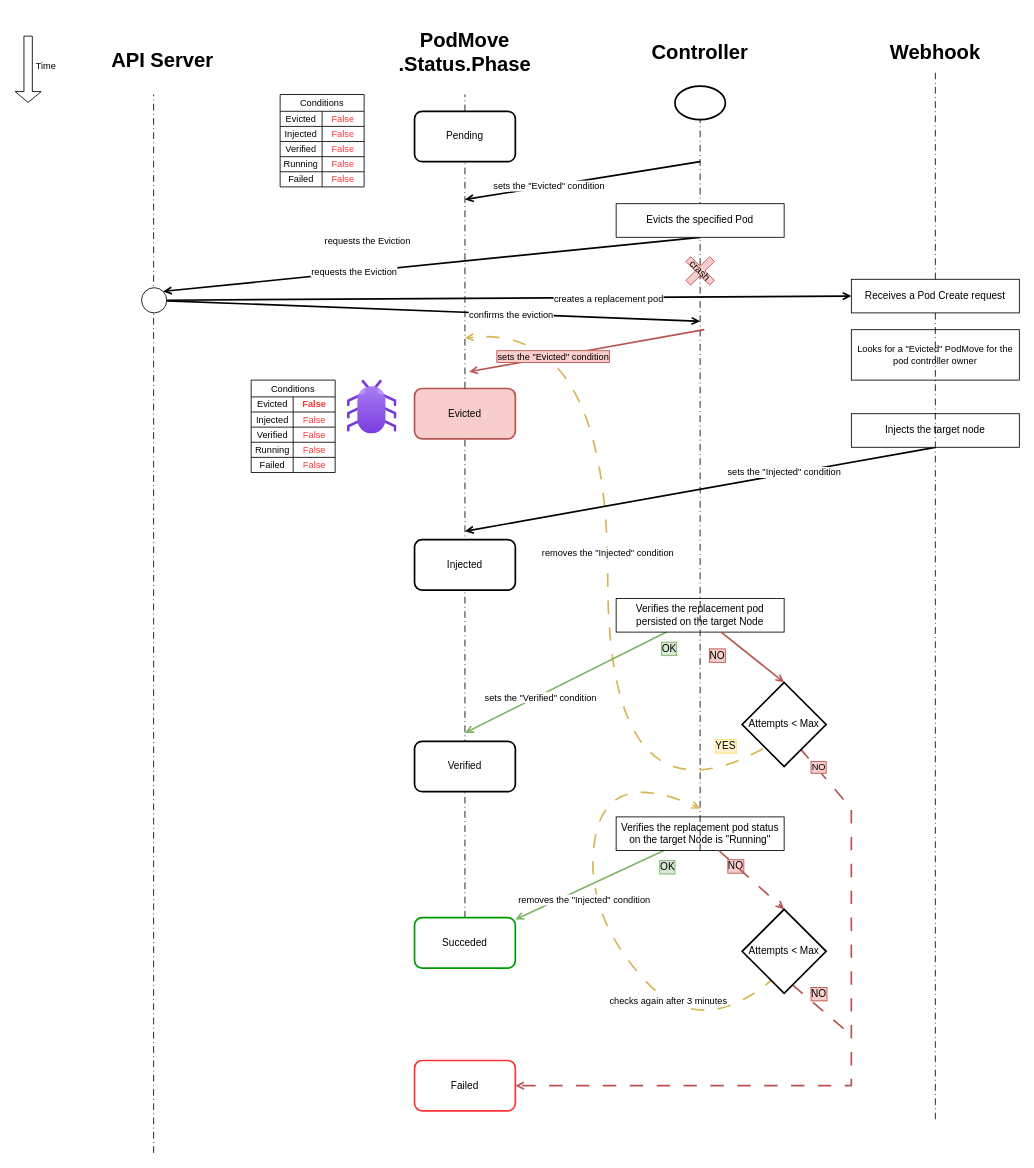
Before: notes/timeline-evicted-before.drawio in andreabuon/podtetris, a draw.io diagram. Source tidied: cells renumbered, new cells numbered last; positions are measured from the earlier drawing's top-left corner, leaving out a move shared by most shapes. Both pictures are drawn from the tidied source at 84%, with x=0, y=0 at pixel (28, 35).
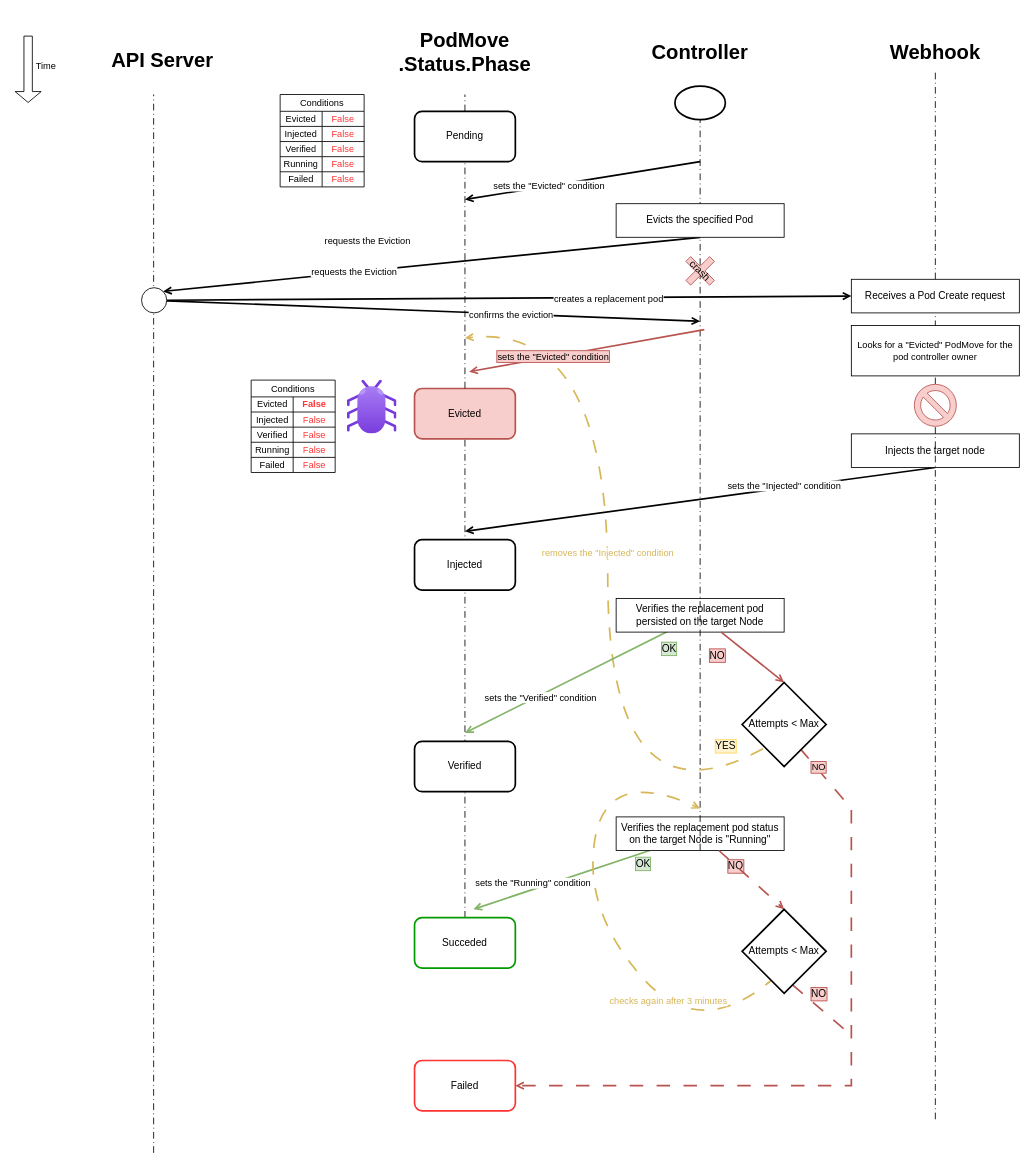
The same page after the edit.

Commit message:
docs(timeline): fix font color, running condition, put to front

The change refers to these unchanged cells:
```xml
<mxCell id="3" style="endArrow=open;html=1;rounded=0;strokeWidth=2;endFill=0;fillColor=#fff2cc;strokeColor=#d6b656;dashed=1;dashPattern=8 8;curved=1;exitX=0.247;exitY=0.79;exitDx=0;exitDy=0;exitPerimeter=0;" parent="1" edge="1" source="36">
  <mxGeometry relative="1" as="geometry">
    <mxPoint x="520" y="360" as="targetPoint" />
    <Array as="points">
      <mxPoint x="690" y="950" />
      <mxPoint x="690" y="340" />
    </Array>
  </mxGeometry>
</mxCell>
<mxCell id="25" value="Succede&lt;span style=&quot;background-color: transparent; color: light-dark(rgb(0, 0, 0), rgb(255, 255, 255));&quot;&gt;d&lt;/span&gt;" style="rounded=1;whiteSpace=wrap;html=1;strokeWidth=2;strokeColor=#009900;" parent="1" vertex="1">
  <mxGeometry x="460" y="1050" width="120" height="60" as="geometry" />
</mxCell>
<mxCell id="27" value="Verifies the replacement pod status on the target Node is &quot;Running&quot;" style="rounded=0;whiteSpace=wrap;html=1;" parent="1" vertex="1">
  <mxGeometry x="700" y="930" width="200" height="40" as="geometry" />
</mxCell>
<mxCell id="41" style="endArrow=open;html=1;rounded=0;strokeWidth=2;endFill=0;fillColor=#fff2cc;strokeColor=#d6b656;dashed=1;dashPattern=8 8;curved=1;exitX=0.4;exitY=0.8;exitDx=0;exitDy=0;exitPerimeter=0;" parent="1" edge="1" source="47">
  <mxGeometry relative="1" as="geometry">
    <mxPoint x="800" y="920" as="targetPoint" />
    <Array as="points">
      <mxPoint x="800" y="1200" />
      <mxPoint x="660" y="1040" />
      <mxPoint x="690" y="870" />
    </Array>
  </mxGeometry>
</mxCell>
```

The edit, as a diff of the source:
```diff
@@
-    <mxCell id="4" value="removes the &quot;Injected&quot; condition" style="edgeLabel;html=1;align=center;verticalAlign=middle;" parent="3" vertex="1">
+    <mxCell id="4" value="&lt;span style=&quot;color: rgb(214, 182, 86);&quot;&gt;removes the &quot;Injected&quot; condition&lt;/span&gt;" style="edgeLabel;html=1;align=center;verticalAlign=middle;" parent="3" vertex="1">
       <mxGeometry x="0.1" y="1" relative="1" as="geometry" />
     </mxCell>
@@
-    <mxCell id="16" style="endArrow=open;html=1;rounded=0;strokeWidth=2;endFill=0;fillColor=#d5e8d4;strokeColor=#82b366;" parent="1" edge="1" source="27" target="25">
-      <mxGeometry relative="1" as="geometry" />
+    <mxCell id="16" style="endArrow=open;html=1;rounded=0;strokeWidth=2;endFill=0;fillColor=#d5e8d4;strokeColor=#82b366;" parent="1" edge="1" source="27">
+      <mxGeometry relative="1" as="geometry">
+        <mxPoint x="530" y="1040" as="targetPoint" />
+      </mxGeometry>
     </mxCell>
@@
-    <mxCell id="21" value="Looks for a &quot;Evicted&quot; PodMove for the pod controller owner" style="rounded=0;whiteSpace=wrap;html=1;fontSize=11;" parent="1" vertex="1">
-      <mxGeometry x="980" y="350" width="200" height="60" as="geometry" />
-    </mxCell>
-    <mxCell id="22" value="Injects the target node" style="rounded=0;whiteSpace=wrap;html=1;" parent="1" vertex="1">
-      <mxGeometry x="980" y="450" width="200" height="40" as="geometry" />
-    </mxCell>
@@
-    <mxCell id="42" value="removes the &quot;Injected&quot; condition" style="edgeLabel;html=1;align=center;verticalAlign=middle;" parent="41" vertex="1">
-      <mxGeometry x="0.1" y="1" relative="1" as="geometry" />
+    <mxCell id="42" value="sets the &quot;Running&quot; condition" style="edgeLabel;html=1;align=center;verticalAlign=middle;" parent="41" vertex="1">
+      <mxGeometry x="0.1" y="1" relative="1" as="geometry">
+        <mxPoint x="-61" y="-20" as="offset" />
+      </mxGeometry>
     </mxCell>
@@
-    <mxCell id="44" value="checks again after 3 minutes" style="edgeLabel;html=1;align=center;verticalAlign=middle;" parent="41" vertex="1">
+    <mxCell id="44" value="&lt;span style=&quot;color: rgb(214, 182, 86);&quot;&gt;checks again after 3 minutes&lt;/span&gt;" style="edgeLabel;html=1;align=center;verticalAlign=middle;" parent="41" vertex="1">
       <mxGeometry x="-0.41" y="-5" relative="1" as="geometry" />
     </mxCell>
@@
-    <mxCell id="56" style="endArrow=none;html=1;rounded=0;dashed=1;dashPattern=8 4 1 4;entryX=0.5;entryY=1;entryDx=0;entryDy=0;" parent="1" edge="1" target="57">
-      <mxGeometry relative="1" as="geometry">
-        <mxPoint x="1080" y="1290" as="sourcePoint" />
-      </mxGeometry>
+    <mxCell id="56" style="endArrow=none;html=1;rounded=0;dashed=1;dashPattern=8 4 1 4;entryX=0.5;entryY=1;entryDx=0;entryDy=0;" parent="1" edge="1" source="99" target="57">
+      <mxGeometry relative="1" as="geometry" />
     </mxCell>
-    <mxCell id="57" value="Receives a Pod Create request" style="rounded=0;whiteSpace=wrap;html=1;" parent="1" vertex="1">
-      <mxGeometry x="980" y="290" width="200" height="40" as="geometry" />
-    </mxCell>
@@
+    <mxCell id="21" value="Looks for a &quot;Evicted&quot; PodMove for the pod controller owner" style="rounded=0;whiteSpace=wrap;html=1;fontSize=11;" parent="1" vertex="1">
+      <mxGeometry x="980" y="345" width="200" height="60" as="geometry" />
+    </mxCell>
+    <mxCell id="22" value="Injects the target node" style="rounded=0;whiteSpace=wrap;html=1;" parent="1" vertex="1">
+      <mxGeometry x="980" y="474" width="200" height="40" as="geometry" />
+    </mxCell>
+    <mxCell id="57" value="Receives a Pod Create request" style="rounded=0;whiteSpace=wrap;html=1;" parent="1" vertex="1">
+      <mxGeometry x="980" y="290" width="200" height="40" as="geometry" />
+    </mxCell>
+    <mxCell id="98" style="endArrow=none;html=1;rounded=0;dashed=1;dashPattern=8 4 1 4;entryX=0.5;entryY=1;entryDx=0;entryDy=0;" parent="1" edge="1" target="99">
+      <mxGeometry relative="1" as="geometry">
+        <mxPoint x="1080" y="1290" as="sourcePoint" />
+      </mxGeometry>
+    </mxCell>
+    <mxCell id="99" style="verticalLabelPosition=bottom;verticalAlign=top;html=1;shape=mxgraph.basic.no_symbol;fillColor=#f8cecc;strokeColor=#b85450;" parent="1" vertex="1">
+      <mxGeometry x="1055" y="415" width="50" height="50" as="geometry" />
+    </mxCell>
```
